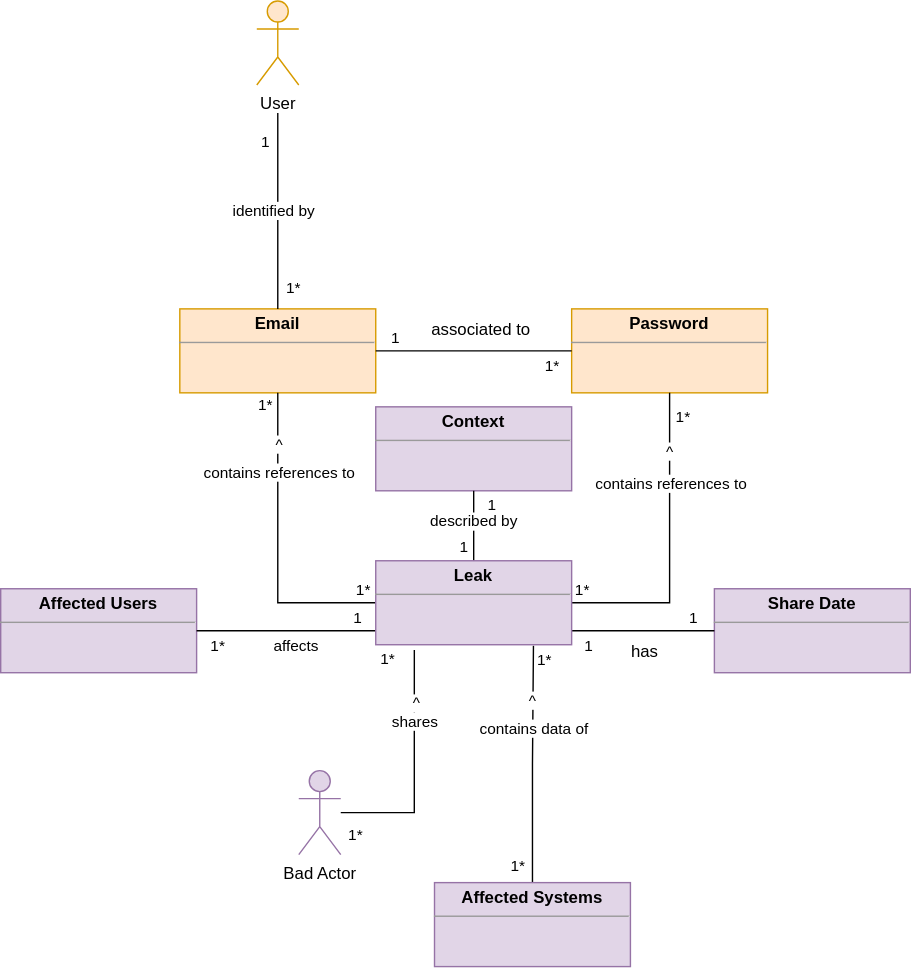
palavrapasse/docs keeps this draw.io diagram as core/src/001-domain-model.drawio.svg. Above is the earlier version. Source tidied: cells renumbered, new cells last; positions are measured from the earlier drawing's top-left corner, leaving out a move shared by most shapes. Its diagram source:
```xml
<mxGraphModel>
  <root>
    <mxCell id="0" />
    <mxCell id="1" parent="0" />
    <mxCell id="2" value="&lt;p style=&quot;margin:0px;margin-top:4px;text-align:center;&quot;&gt;&lt;b&gt;Email&lt;/b&gt;&lt;/p&gt;&lt;hr size=&quot;1&quot;&gt;&lt;div style=&quot;height:2px;&quot;&gt;&lt;/div&gt;" style="verticalAlign=top;align=left;overflow=fill;fontSize=12;fontFamily=Helvetica;html=1;fillColor=#ffe6cc;strokeColor=#d79b00;" parent="1" vertex="1">
      <mxGeometry x="128" y="220" width="140" height="60" as="geometry" />
    </mxCell>
    <mxCell id="3" value="&lt;p style=&quot;margin:0px;margin-top:4px;text-align:center;&quot;&gt;&lt;b&gt;Password&lt;/b&gt;&lt;/p&gt;&lt;hr size=&quot;1&quot;&gt;&lt;div style=&quot;height:2px;&quot;&gt;&lt;/div&gt;" style="verticalAlign=top;align=left;overflow=fill;fontSize=12;fontFamily=Helvetica;html=1;fillColor=#ffe6cc;strokeColor=#d79b00;" parent="1" vertex="1">
      <mxGeometry x="408" y="220" width="140" height="60" as="geometry" />
    </mxCell>
    <mxCell id="4" value="&lt;p style=&quot;margin:0px;margin-top:4px;text-align:center;&quot;&gt;&lt;b&gt;Context&lt;/b&gt;&lt;/p&gt;&lt;hr size=&quot;1&quot;&gt;&lt;div style=&quot;height:2px;&quot;&gt;&lt;/div&gt;" style="verticalAlign=top;align=left;overflow=fill;fontSize=12;fontFamily=Helvetica;html=1;fillColor=#e1d5e7;strokeColor=#9673a6;" parent="1" vertex="1">
      <mxGeometry x="268" y="290" width="140" height="60" as="geometry" />
    </mxCell>
    <mxCell id="5" value="&lt;p style=&quot;margin:0px;margin-top:4px;text-align:center;&quot;&gt;&lt;b&gt;Affected Users&lt;/b&gt;&lt;/p&gt;&lt;hr size=&quot;1&quot;&gt;&lt;div style=&quot;height:2px;&quot;&gt;&lt;/div&gt;" style="verticalAlign=top;align=left;overflow=fill;fontSize=12;fontFamily=Helvetica;html=1;fillColor=#e1d5e7;strokeColor=#9673a6;" parent="1" vertex="1">
      <mxGeometry y="420" width="140" height="60" as="geometry" />
    </mxCell>
    <mxCell id="6" style="edgeStyle=orthogonalEdgeStyle;rounded=0;jettySize=auto;html=1;entryX=0.805;entryY=1.011;entryDx=0;entryDy=0;entryPerimeter=0;endArrow=none;endFill=0;" parent="1" edge="1" source="11" target="38">
      <mxGeometry relative="1" as="geometry" />
    </mxCell>
    <mxCell id="7" value="contains data of" style="edgeLabel;html=1;align=center;verticalAlign=middle;" parent="6" vertex="1">
      <mxGeometry x="0.23" relative="1" as="geometry">
        <mxPoint y="-7" as="offset" />
      </mxGeometry>
    </mxCell>
    <mxCell id="8" value="1*&amp;nbsp;" style="edgeLabel;html=1;align=center;verticalAlign=middle;" parent="6" vertex="1">
      <mxGeometry x="0.93" y="-1" relative="1" as="geometry">
        <mxPoint x="8" y="3" as="offset" />
      </mxGeometry>
    </mxCell>
    <mxCell id="9" value="1*&amp;nbsp;" style="edgeLabel;html=1;align=center;verticalAlign=middle;" parent="6" vertex="1">
      <mxGeometry x="-0.85" y="1" relative="1" as="geometry">
        <mxPoint x="-9" as="offset" />
      </mxGeometry>
    </mxCell>
    <mxCell id="10" value="^" style="edgeLabel;html=1;align=center;verticalAlign=middle;" parent="6" vertex="1">
      <mxGeometry x="0.54" y="1" relative="1" as="geometry" />
    </mxCell>
    <mxCell id="11" value="&lt;p style=&quot;margin:0px;margin-top:4px;text-align:center;&quot;&gt;&lt;b&gt;Affected Systems&lt;/b&gt;&lt;/p&gt;&lt;hr size=&quot;1&quot;&gt;&lt;div style=&quot;height:2px;&quot;&gt;&lt;/div&gt;" style="verticalAlign=top;align=left;overflow=fill;fontSize=12;fontFamily=Helvetica;html=1;fillColor=#e1d5e7;strokeColor=#9673a6;" parent="1" vertex="1">
      <mxGeometry x="310" y="630" width="140" height="60" as="geometry" />
    </mxCell>
    <mxCell id="12" value="&lt;p style=&quot;margin:0px;margin-top:4px;text-align:center;&quot;&gt;&lt;b&gt;Share Date&lt;/b&gt;&lt;/p&gt;&lt;hr size=&quot;1&quot;&gt;&lt;div style=&quot;height:2px;&quot;&gt;&lt;/div&gt;" style="verticalAlign=top;align=left;overflow=fill;fontSize=12;fontFamily=Helvetica;html=1;fillColor=#e1d5e7;strokeColor=#9673a6;" parent="1" vertex="1">
      <mxGeometry x="510" y="420" width="140" height="60" as="geometry" />
    </mxCell>
    <mxCell id="13" style="edgeStyle=orthogonalEdgeStyle;rounded=0;jettySize=auto;html=1;entryX=0.5;entryY=0;entryDx=0;entryDy=0;endArrow=none;endFill=0;" parent="1" edge="1" target="2">
      <mxGeometry relative="1" as="geometry">
        <mxPoint x="198" y="80" as="sourcePoint" />
      </mxGeometry>
    </mxCell>
    <mxCell id="14" value="identified by" style="edgeLabel;html=1;align=center;verticalAlign=middle;" parent="13" vertex="1">
      <mxGeometry x="0.25" y="-2" relative="1" as="geometry">
        <mxPoint x="-2" y="-18" as="offset" />
      </mxGeometry>
    </mxCell>
    <mxCell id="15" value="1*" style="edgeLabel;html=1;align=center;verticalAlign=middle;" parent="13" vertex="1">
      <mxGeometry x="0.78" relative="1" as="geometry">
        <mxPoint x="10" as="offset" />
      </mxGeometry>
    </mxCell>
    <mxCell id="16" value="1" style="edgeLabel;html=1;align=center;verticalAlign=middle;" parent="13" vertex="1">
      <mxGeometry x="-0.84" relative="1" as="geometry">
        <mxPoint x="-10" y="9" as="offset" />
      </mxGeometry>
    </mxCell>
    <mxCell id="17" style="edgeStyle=orthogonalEdgeStyle;rounded=0;jettySize=auto;html=1;entryX=0.5;entryY=1;entryDx=0;entryDy=0;endArrow=none;endFill=0;" parent="1" edge="1" source="38" target="2">
      <mxGeometry relative="1" as="geometry">
        <Array as="points">
          <mxPoint x="198" y="430" />
        </Array>
      </mxGeometry>
    </mxCell>
    <mxCell id="18" value="contains references to" style="edgeLabel;html=1;align=center;verticalAlign=middle;" parent="17" vertex="1">
      <mxGeometry x="0.13" relative="1" as="geometry">
        <mxPoint y="-39" as="offset" />
      </mxGeometry>
    </mxCell>
    <mxCell id="19" value="1*" style="edgeLabel;html=1;align=center;verticalAlign=middle;" parent="17" vertex="1">
      <mxGeometry x="-0.86" relative="1" as="geometry">
        <mxPoint x="6" y="-10" as="offset" />
      </mxGeometry>
    </mxCell>
    <mxCell id="20" value="1*" style="edgeLabel;html=1;align=center;verticalAlign=middle;" parent="17" vertex="1">
      <mxGeometry x="0.8" y="-1" relative="1" as="geometry">
        <mxPoint x="-11" y="-14" as="offset" />
      </mxGeometry>
    </mxCell>
    <mxCell id="21" value="^" style="edgeLabel;html=1;align=center;verticalAlign=middle;" parent="17" vertex="1">
      <mxGeometry x="0.55" relative="1" as="geometry">
        <mxPoint y="-12" as="offset" />
      </mxGeometry>
    </mxCell>
    <mxCell id="22" style="edgeStyle=orthogonalEdgeStyle;rounded=0;jettySize=auto;html=1;entryX=0.5;entryY=1;entryDx=0;entryDy=0;endArrow=none;endFill=0;exitX=1;exitY=0.5;exitDx=0;exitDy=0;" parent="1" edge="1" source="38" target="3">
      <mxGeometry relative="1" as="geometry">
        <Array as="points">
          <mxPoint x="478" y="430" />
        </Array>
      </mxGeometry>
    </mxCell>
    <mxCell id="23" value="contains references to" style="edgeLabel;html=1;align=center;verticalAlign=middle;" parent="22" vertex="1">
      <mxGeometry x="0.36" y="1" relative="1" as="geometry">
        <mxPoint x="1" y="-7" as="offset" />
      </mxGeometry>
    </mxCell>
    <mxCell id="24" value="^" style="edgeLabel;html=1;align=center;verticalAlign=middle;" parent="22" vertex="1">
      <mxGeometry x="0.63" y="1" relative="1" as="geometry">
        <mxPoint y="1" as="offset" />
      </mxGeometry>
    </mxCell>
    <mxCell id="25" value="1*&amp;nbsp;" style="edgeLabel;html=1;align=center;verticalAlign=middle;" parent="22" vertex="1">
      <mxGeometry x="-0.92" y="2" relative="1" as="geometry">
        <mxPoint y="-8" as="offset" />
      </mxGeometry>
    </mxCell>
    <mxCell id="26" value="1*&amp;nbsp;" style="edgeLabel;html=1;align=center;verticalAlign=middle;" parent="22" vertex="1">
      <mxGeometry x="0.85" y="-1" relative="1" as="geometry">
        <mxPoint x="9" as="offset" />
      </mxGeometry>
    </mxCell>
    <mxCell id="27" style="edgeStyle=orthogonalEdgeStyle;rounded=0;jettySize=auto;html=1;endArrow=none;endFill=0;" parent="1" edge="1" source="38" target="12">
      <mxGeometry relative="1" as="geometry">
        <Array as="points">
          <mxPoint x="450" y="450" />
          <mxPoint x="450" y="450" />
        </Array>
      </mxGeometry>
    </mxCell>
    <mxCell id="28" value="1" style="edgeLabel;html=1;align=center;verticalAlign=middle;" parent="27" vertex="1">
      <mxGeometry x="-0.85" y="-1" relative="1" as="geometry">
        <mxPoint x="4" y="9" as="offset" />
      </mxGeometry>
    </mxCell>
    <mxCell id="29" value="1" style="edgeLabel;html=1;align=center;verticalAlign=middle;" parent="27" vertex="1">
      <mxGeometry x="0.81" relative="1" as="geometry">
        <mxPoint x="-6" y="-10" as="offset" />
      </mxGeometry>
    </mxCell>
    <mxCell id="30" style="edgeStyle=orthogonalEdgeStyle;rounded=0;jettySize=auto;html=1;entryX=0.5;entryY=1;entryDx=0;entryDy=0;endArrow=none;endFill=0;" parent="1" edge="1" source="38" target="4">
      <mxGeometry relative="1" as="geometry" />
    </mxCell>
    <mxCell id="31" value="described by" style="edgeLabel;html=1;align=center;verticalAlign=middle;" parent="30" vertex="1">
      <mxGeometry x="0.17" y="1" relative="1" as="geometry" />
    </mxCell>
    <mxCell id="32" value="1" style="edgeLabel;html=1;align=center;verticalAlign=middle;" parent="30" vertex="1">
      <mxGeometry x="-0.75" relative="1" as="geometry">
        <mxPoint x="-8" y="-4" as="offset" />
      </mxGeometry>
    </mxCell>
    <mxCell id="33" value="1" style="edgeLabel;html=1;align=center;verticalAlign=middle;" parent="30" vertex="1">
      <mxGeometry x="0.78" relative="1" as="geometry">
        <mxPoint x="12" y="4" as="offset" />
      </mxGeometry>
    </mxCell>
    <mxCell id="34" style="edgeStyle=orthogonalEdgeStyle;rounded=0;jettySize=auto;html=1;endArrow=none;endFill=0;" parent="1" edge="1" source="38" target="5">
      <mxGeometry relative="1" as="geometry">
        <Array as="points">
          <mxPoint x="170" y="450" />
          <mxPoint x="170" y="450" />
        </Array>
      </mxGeometry>
    </mxCell>
    <mxCell id="35" value="affects" style="edgeLabel;html=1;align=center;verticalAlign=middle;" parent="34" vertex="1">
      <mxGeometry x="0.24" y="3" relative="1" as="geometry">
        <mxPoint x="21" y="7" as="offset" />
      </mxGeometry>
    </mxCell>
    <mxCell id="36" value="1" style="edgeLabel;html=1;align=center;verticalAlign=middle;" parent="34" vertex="1">
      <mxGeometry x="-0.79" y="3" relative="1" as="geometry">
        <mxPoint y="-13" as="offset" />
      </mxGeometry>
    </mxCell>
    <mxCell id="37" value="1*" style="edgeLabel;html=1;align=center;verticalAlign=middle;" parent="34" vertex="1">
      <mxGeometry x="0.77" y="1" relative="1" as="geometry">
        <mxPoint y="9" as="offset" />
      </mxGeometry>
    </mxCell>
    <mxCell id="38" value="&lt;p style=&quot;margin:0px;margin-top:4px;text-align:center;&quot;&gt;&lt;b&gt;Leak&lt;/b&gt;&lt;/p&gt;&lt;hr size=&quot;1&quot;&gt;&lt;div style=&quot;height:2px;&quot;&gt;&lt;/div&gt;" style="verticalAlign=top;align=left;overflow=fill;fontSize=12;fontFamily=Helvetica;html=1;fillColor=#e1d5e7;strokeColor=#9673a6;" parent="1" vertex="1">
      <mxGeometry x="268" y="400" width="140" height="60" as="geometry" />
    </mxCell>
    <mxCell id="39" style="group;" parent="1" vertex="1">
      <mxGeometry x="298" y="220" width="90" height="30" as="geometry" />
    </mxCell>
    <mxCell id="40" style="edgeStyle=orthogonalEdgeStyle;rounded=0;jettySize=auto;html=1;endArrow=none;endFill=0;" parent="39" edge="1" source="2" target="3">
      <mxGeometry relative="1" as="geometry" />
    </mxCell>
    <mxCell id="41" value="1*" style="edgeLabel;html=1;align=center;verticalAlign=middle;" parent="40" vertex="1">
      <mxGeometry x="0.75" y="-3" relative="1" as="geometry">
        <mxPoint x="3" y="7" as="offset" />
      </mxGeometry>
    </mxCell>
    <mxCell id="42" value="1" style="edgeLabel;html=1;align=center;verticalAlign=middle;" parent="40" vertex="1">
      <mxGeometry x="-0.81" y="1" relative="1" as="geometry">
        <mxPoint y="-9" as="offset" />
      </mxGeometry>
    </mxCell>
    <mxCell id="43" value="associated to" style="text;html=1;align=center;verticalAlign=middle;strokeColor=none;fillColor=none;" parent="39" vertex="1">
      <mxGeometry width="90" height="30" as="geometry" />
    </mxCell>
    <mxCell id="44" value="User" style="shape=umlActor;verticalLabelPosition=bottom;verticalAlign=top;html=1;fillColor=#ffe6cc;strokeColor=#d79b00;" parent="1" vertex="1">
      <mxGeometry x="183" width="30" height="60" as="geometry" />
    </mxCell>
    <mxCell id="45" style="edgeStyle=orthogonalEdgeStyle;rounded=0;jettySize=auto;html=1;entryX=0.197;entryY=1.063;entryDx=0;entryDy=0;endArrow=none;endFill=0;entryPerimeter=0;" parent="1" edge="1" source="50" target="38">
      <mxGeometry relative="1" as="geometry" />
    </mxCell>
    <mxCell id="46" value="shares" style="edgeLabel;html=1;align=center;verticalAlign=middle;" parent="45" vertex="1">
      <mxGeometry x="0.3" relative="1" as="geometry">
        <mxPoint y="-8" as="offset" />
      </mxGeometry>
    </mxCell>
    <mxCell id="47" value="1*&amp;nbsp;" style="edgeLabel;html=1;align=center;verticalAlign=middle;" parent="45" vertex="1">
      <mxGeometry x="0.85" y="-1" relative="1" as="geometry">
        <mxPoint x="-19" y="-6" as="offset" />
      </mxGeometry>
    </mxCell>
    <mxCell id="48" value="1*&amp;nbsp;" style="edgeLabel;html=1;align=center;verticalAlign=middle;" parent="45" vertex="1">
      <mxGeometry x="-0.86" y="-2" relative="1" as="geometry">
        <mxPoint y="13" as="offset" />
      </mxGeometry>
    </mxCell>
    <mxCell id="49" value="^" style="edgeLabel;html=1;align=center;verticalAlign=middle;" parent="45" vertex="1">
      <mxGeometry x="0.55" y="-1" relative="1" as="geometry" />
    </mxCell>
    <mxCell id="50" value="Bad Actor" style="shape=umlActor;verticalLabelPosition=bottom;verticalAlign=top;html=1;outlineConnect=0;fillColor=#e1d5e7;strokeColor=#9673a6;" parent="1" vertex="1">
      <mxGeometry x="213" y="550" width="30" height="60" as="geometry" />
    </mxCell>
    <mxCell id="51" value="has" style="text;html=1;align=center;verticalAlign=middle;strokeColor=none;fillColor=none;" parent="1" vertex="1">
      <mxGeometry x="440" y="450" width="40" height="30" as="geometry" />
    </mxCell>
  </root>
</mxGraphModel>
```
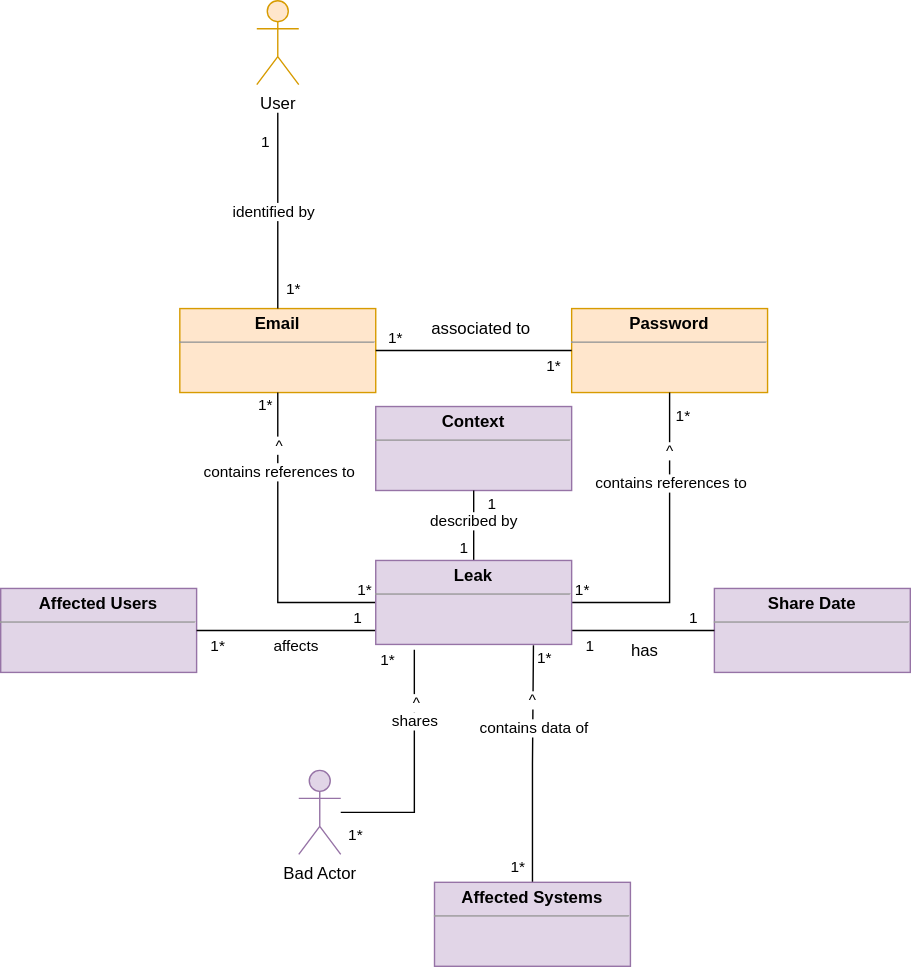
After the change.

Commit message:
bugfix: correct email-password domain relationship

Diff of the diagram source:
```diff
@@ -186,7 +186,7 @@
         <mxPoint x="3" y="7" as="offset" />
       </mxGeometry>
     </mxCell>
-    <mxCell id="42" value="1" style="edgeLabel;html=1;align=center;verticalAlign=middle;" parent="40" vertex="1">
+    <mxCell id="42" value="1*" style="edgeLabel;html=1;align=center;verticalAlign=middle;" parent="40" vertex="1">
       <mxGeometry x="-0.81" y="1" relative="1" as="geometry">
         <mxPoint y="-9" as="offset" />
       </mxGeometry>
```
